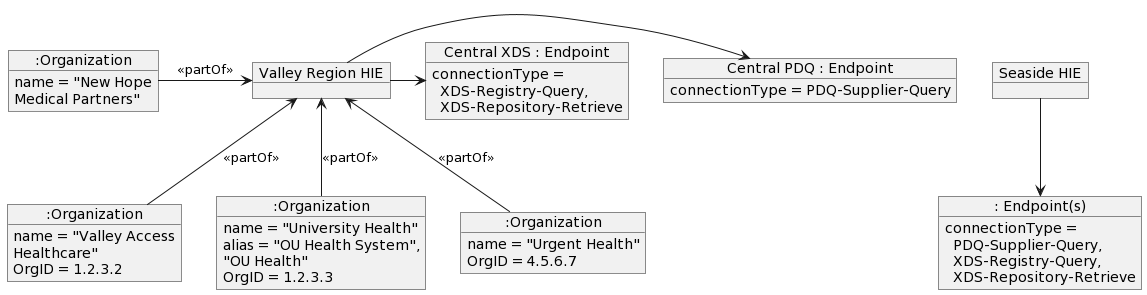
The PlantUML diagram images/access-intra-central-partOf.png in IHE/ITI.Topologies, before a commit. Source of this version:
```plantuml
@startuml
hide footbox
allowmixing

object ":Organization" as Partners
Partners : name = "New Hope\nMedical Partners"

object "Seaside HIE" as hie2
object ": Endpoint(s)" as sEndpoints
sEndpoints : connectionType = \n  PDQ-Supplier-Query,\n  XDS-Registry-Query,\n  XDS-Repository-Retrieve
hie2 --> sEndpoints

object "Valley Region HIE" as hie

object ":Organization" as Valley
Valley : name = "Valley Access\nHealthcare"
Valley : OrgID = 1.2.3.2

object ":Organization" as OU
OU : name = "University Health"
OU : alias = "OU Health System",\n"OU Health"
OU : OrgID = 1.2.3.3

object ":Organization" as Urgent
Urgent : name = "Urgent Health"
Urgent : OrgID = 4.5.6.7

object "Central PDQ : Endpoint" as vEndpoints
vEndpoints : connectionType = PDQ-Supplier-Query

object "Central XDS : Endpoint" as ouEndpoints
ouEndpoints : connectionType = \n  XDS-Registry-Query,\n  XDS-Repository-Retrieve

hie <-- Valley : <<partOf>>
hie <-- OU : <<partOf>>
hie <-- Urgent : <<partOf>>
Partners -> hie : <<partOf>>

hie -> vEndpoints
hie -> ouEndpoints
@enduml
```
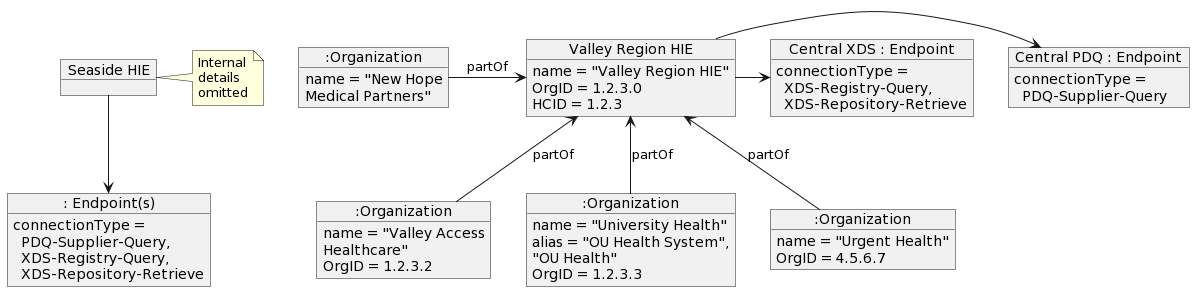
Above is the later version.

What changed in the source:
```diff
@@ -9,8 +9,12 @@
 object ": Endpoint(s)" as sEndpoints
 sEndpoints : connectionType = \n  PDQ-Supplier-Query,\n  XDS-Registry-Query,\n  XDS-Repository-Retrieve
 hie2 --> sEndpoints
+note right of hie2 : Internal\ndetails\nomitted
 
 object "Valley Region HIE" as hie
+hie : name = "Valley Region HIE"
+hie : OrgID = 1.2.3.0
+hie : HCID = 1.2.3
 
 object ":Organization" as Valley
 Valley : name = "Valley Access\nHealthcare"
@@ -26,15 +30,15 @@
 Urgent : OrgID = 4.5.6.7
 
 object "Central PDQ : Endpoint" as vEndpoints
-vEndpoints : connectionType = PDQ-Supplier-Query
+vEndpoints : connectionType = \n  PDQ-Supplier-Query
 
 object "Central XDS : Endpoint" as ouEndpoints
 ouEndpoints : connectionType = \n  XDS-Registry-Query,\n  XDS-Repository-Retrieve
 
-hie <-- Valley : <<partOf>>
-hie <-- OU : <<partOf>>
-hie <-- Urgent : <<partOf>>
-Partners -> hie : <<partOf>>
+hie <-- Valley : partOf
+hie <-- OU : partOf
+hie <-- Urgent : partOf
+Partners -> hie : partOf
 
 hie -> vEndpoints
 hie -> ouEndpoints
```
